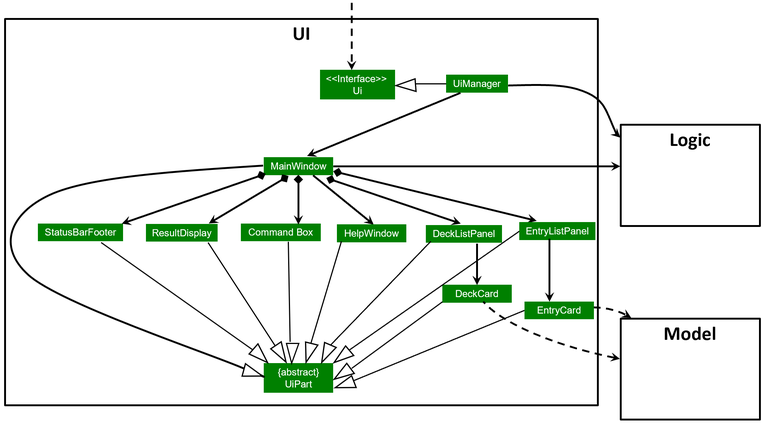
Earlier version of the PlantUML export docs/images/UiClassDiagram.png (vigneshbhuvan-nus/tp). Its source is kept beside it as docs/diagrams/UiClassDiagram.puml. The source it was exported from:
```plantuml
@startuml
!include style.puml
skinparam arrowThickness 1.1
skinparam arrowColor UI_COLOR_T4
skinparam classBackgroundColor UI_COLOR

package UI <<Rectangle>>{
Interface Ui <<Interface>>
Class "{abstract}\nUiPart" as UiPart
Class UiManager
Class MainWindow
Class HelpWindow
Class ResultDisplay
Class PersonListPanel
Class PersonCard
Class StatusBarFooter
Class CommandBox
Class DeckListPanel
Class EntryListPanel
Class DeckCard
Class EntryCard
}

package Model <<Rectangle>> {
Class HiddenModel #FFFFFF
}

package Logic <<Rectangle>> {
Class HiddenLogic #FFFFFF
}

Class HiddenOutside #FFFFFF
HiddenOutside ..> Ui

UiManager .left.|> Ui
UiManager -down-> MainWindow
MainWindow --> HelpWindow
MainWindow *-down-> CommandBox
MainWindow *-down-> ResultDisplay
MainWindow *-down-> DeckListPanel
MainWindow *-down-> EntryListPanel
MainWindow *-down-> StatusBarFooter

DeckListPanel -down-> DeckCard
EntryListPanel -down-> EntryCard

MainWindow -left-|> UiPart

ResultDisplay --|> UiPart
CommandBox --|> UiPart
DeckListPanel --|> UiPart
DeckCard --|> UiPart
EntryListPanel --|> UiPart
EntryCard --|> UiPart
StatusBarFooter --|> UiPart
HelpWindow -down-|> UiPart

PersonCard ..> Model
UiManager -right-> Logic
MainWindow -left-> Logic

HelpWindow -[hidden]left- CommandBox
CommandBox -[hidden]left- ResultDisplay
ResultDisplay -[hidden]left- StatusBarFooter

MainWindow -[hidden]-|> UiPart
@enduml
```
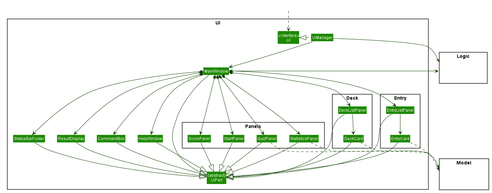
Above is the later version.

Commit message:
Remove LineChart from UI and edit UiClassDiagram to display panels

Diff of the diagram source:
```diff
@@ -11,14 +11,22 @@
 Class MainWindow
 Class HelpWindow
 Class ResultDisplay
-Class PersonListPanel
-Class PersonCard
 Class StatusBarFooter
 Class CommandBox
+package Deck {
 Class DeckListPanel
+Class DeckCard
+}
+package Entry {
 Class EntryListPanel
-Class DeckCard
 Class EntryCard
+}
+package Panels {
+Class QuizPanel
+Class ScorePanel
+Class StartPanel
+Class StatisticsPanel
+}
 }
 
 package Model <<Rectangle>> {
@@ -40,12 +48,21 @@
 MainWindow *-down-> DeckListPanel
 MainWindow *-down-> EntryListPanel
 MainWindow *-down-> StatusBarFooter
+MainWindow *-down--> QuizPanel
+MainWindow *-down-> ScorePanel
+MainWindow *-down-> StartPanel
+MainWindow *-down-> StatisticsPanel
 
-DeckListPanel -down-> DeckCard
-EntryListPanel -down-> EntryCard
+DeckListPanel --> DeckCard
+EntryListPanel --> EntryCard
 
-MainWindow -left-|> UiPart
+MainWindow -|> UiPart
 
+
+QuizPanel --|> UiPart
+StartPanel --|> UiPart
+ScorePanel --|> UiPart
+StatisticsPanel --|> UiPart
 ResultDisplay --|> UiPart
 CommandBox --|> UiPart
 DeckListPanel --|> UiPart
@@ -55,7 +72,11 @@
 StatusBarFooter --|> UiPart
 HelpWindow -down-|> UiPart
 
-PersonCard ..> Model
+DeckCard ..> Model
+EntryCard ..> Model
+QuizPanel ..> Model
+StatisticsPanel ..> Model
+
 UiManager -right-> Logic
 MainWindow -left-> Logic
 
```
